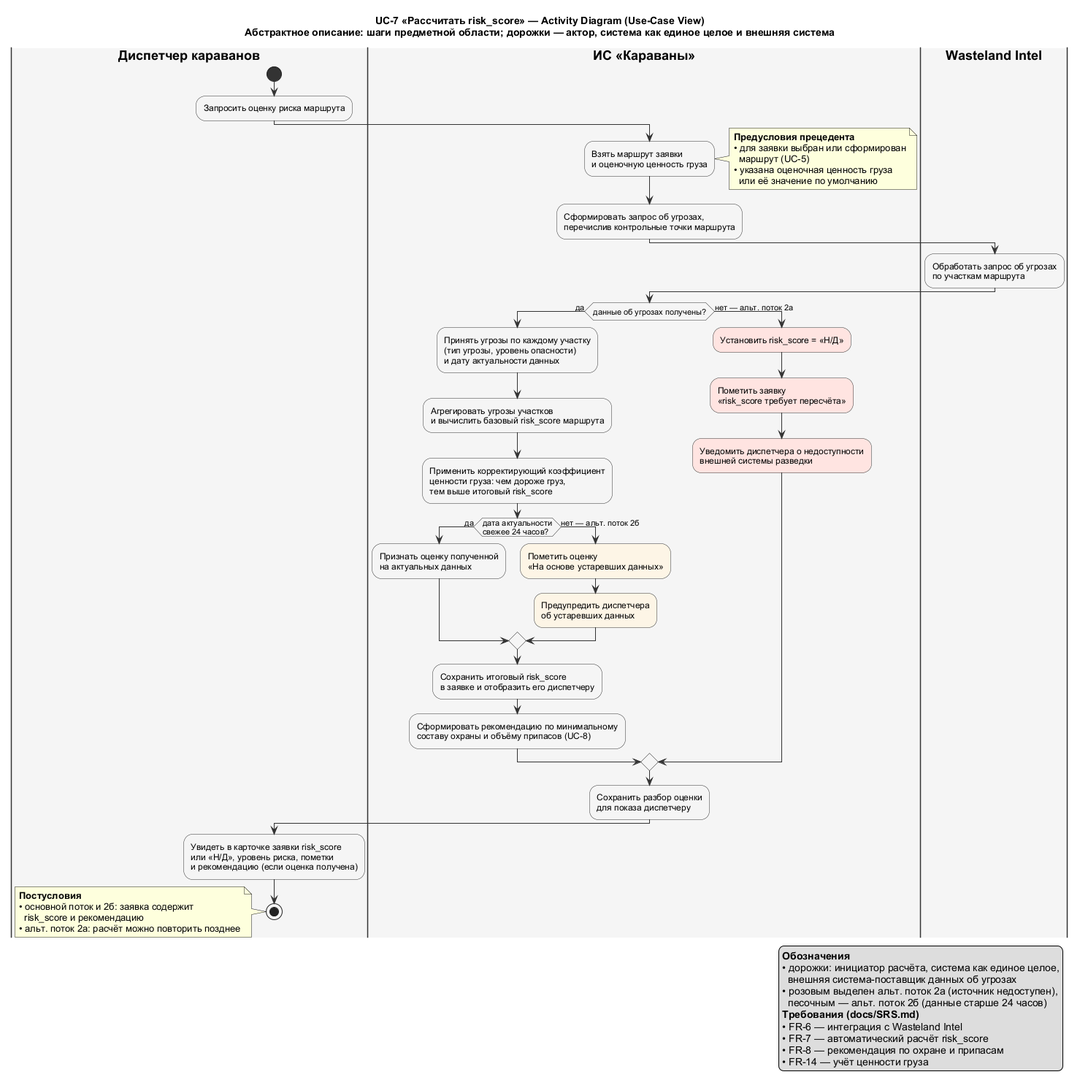
Above: docs/diagrams/out/ACT_UC7_UseCaseView.png in granikartem/MPI (PlantUML), before the change.
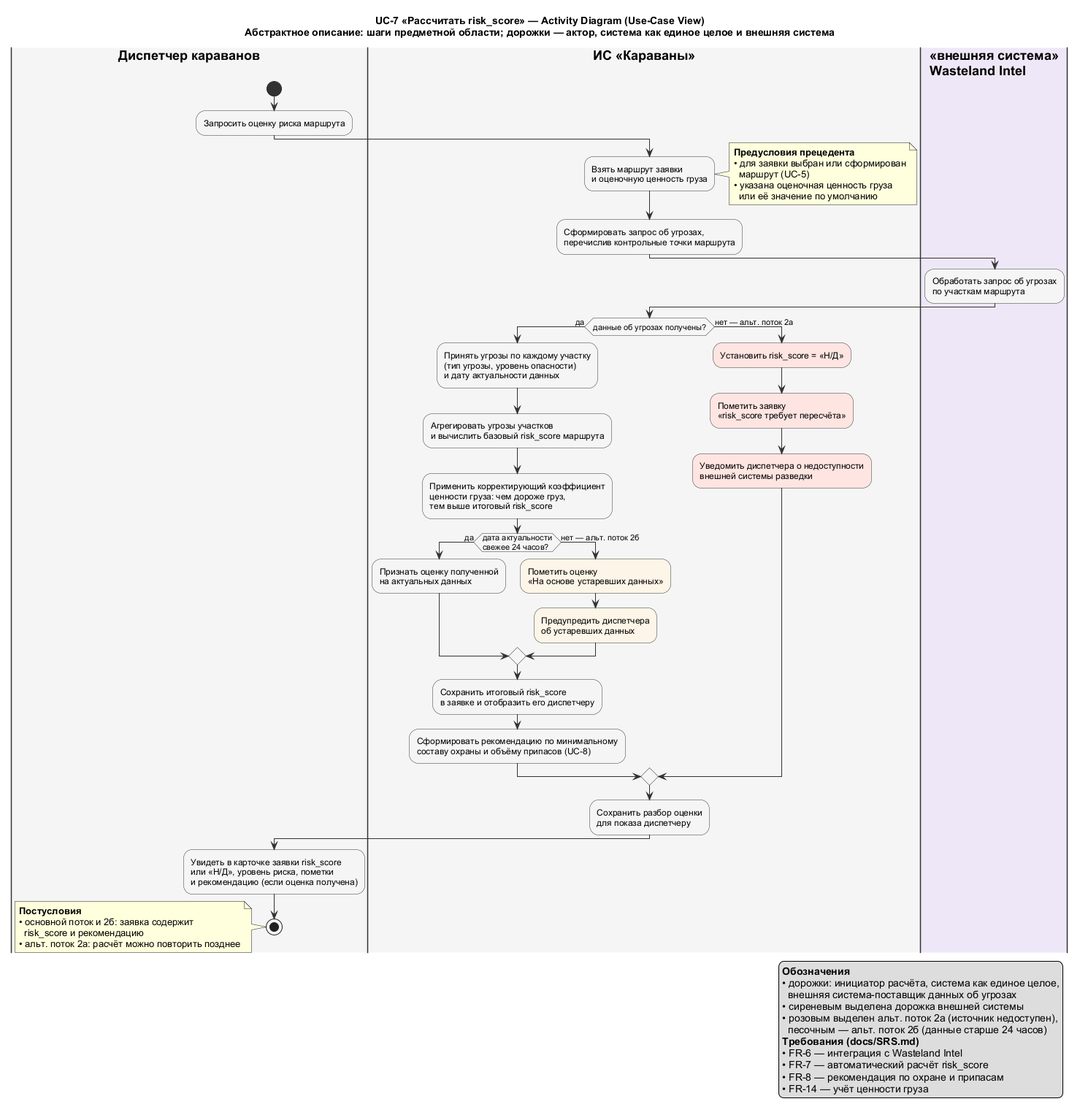
The same diagram one commit later.

What changed in the source:
```diff
@@ -29,7 +29,7 @@
 end note
 :Сформировать запрос об угрозах,\nперечислив контрольные точки маршрута;
 
-|#F5F5F5|Wasteland Intel|
+|#EDE7F6|«внешняя система»\nWasteland Intel|
 :Обработать запрос об угрозах\nпо участкам маршрута;
 
 |ИС «Караваны»|
@@ -67,6 +67,7 @@
   **Обозначения**
   • дорожки: инициатор расчёта, система как единое целое,
     внешняя система-поставщик данных об угрозах
+  • сиреневым выделена дорожка внешней системы
   • розовым выделен альт. поток 2а (источник недоступен),
     песочным — альт. поток 2б (данные старше 24 часов)
   **Требования (docs/SRS.md)**
```
